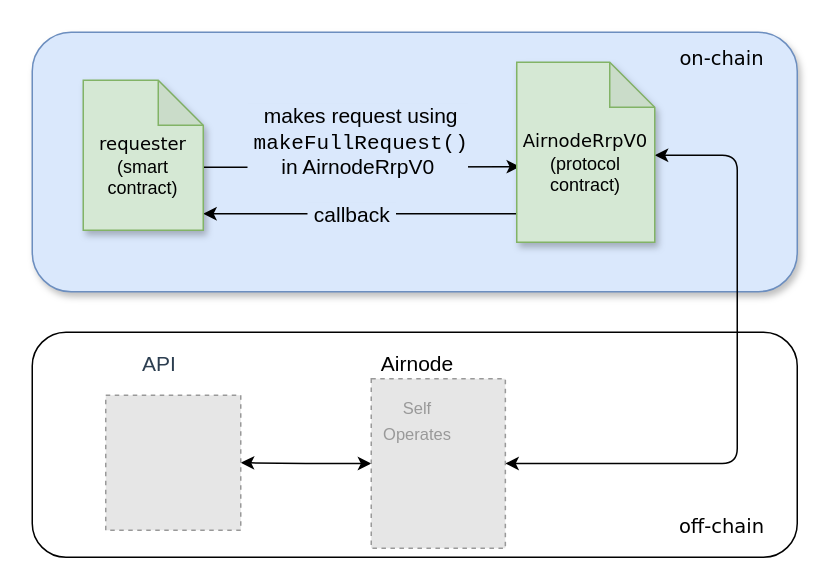
Earlier version of the draw.io diagram docs/reference/qrng/assets/diagrams/access-overview.drawio (api3dao/vitepress-docs). Source tidied: cells renumbered, new cells numbered last; positions are measured from the earlier drawing's top-left corner, leaving out a move shared by most shapes. Both pictures are drawn from the tidied source at 150%, with x=0, y=0 at pixel (32, 32). Pictures stored in the file or linked from it are replaced by grey dashed boxes.
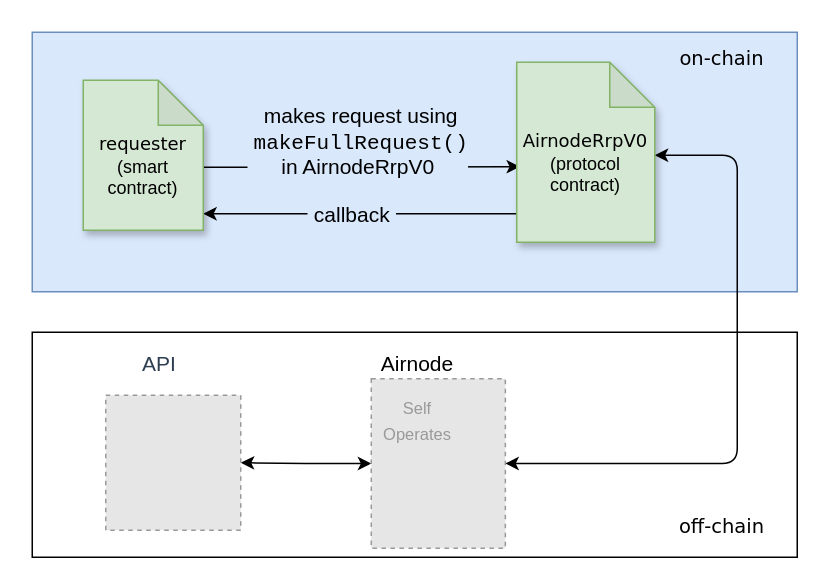
The same page after the edit.

Diff of the diagram source:
```diff
@@
-    <mxCell id="2" style="rounded=1;whiteSpace=wrap;html=1;fontFamily=Courier New;fontColor=#B3B3B3;" parent="1" vertex="1">
+    <mxCell id="2" style="rounded=0;whiteSpace=wrap;html=1;fontFamily=Courier New;fontColor=#B3B3B3;" parent="1" vertex="1">
       <mxGeometry y="200" width="510" height="150" as="geometry" />
     </mxCell>
-    <mxCell id="3" style="rounded=1;whiteSpace=wrap;html=1;shadow=1;fillColor=#dae8fc;strokeColor=#6c8ebf;" parent="1" vertex="1">
+    <mxCell id="3" style="rounded=0;whiteSpace=wrap;html=1;shadow=0;fillColor=#dae8fc;strokeColor=#6c8ebf;" parent="1" vertex="1">
       <mxGeometry width="510" height="173" as="geometry" />
     </mxCell>
```
